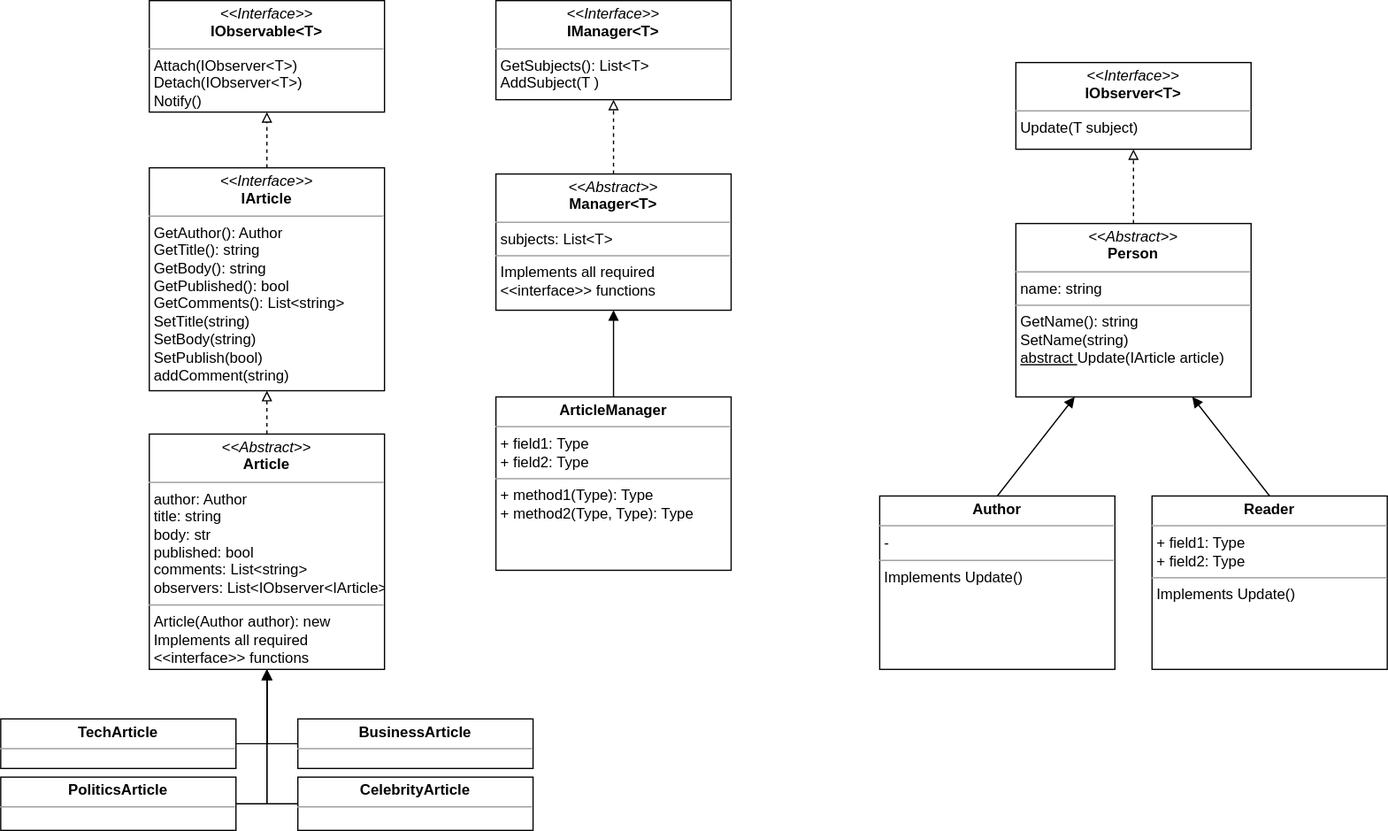
Earlier version of the draw.io export SharpNewsUML.drawio.svg (gKits/SharpNews). Source tidied: cells renumbered, new cells last; positions are measured from the earlier drawing's top-left corner, leaving out a move shared by most shapes.
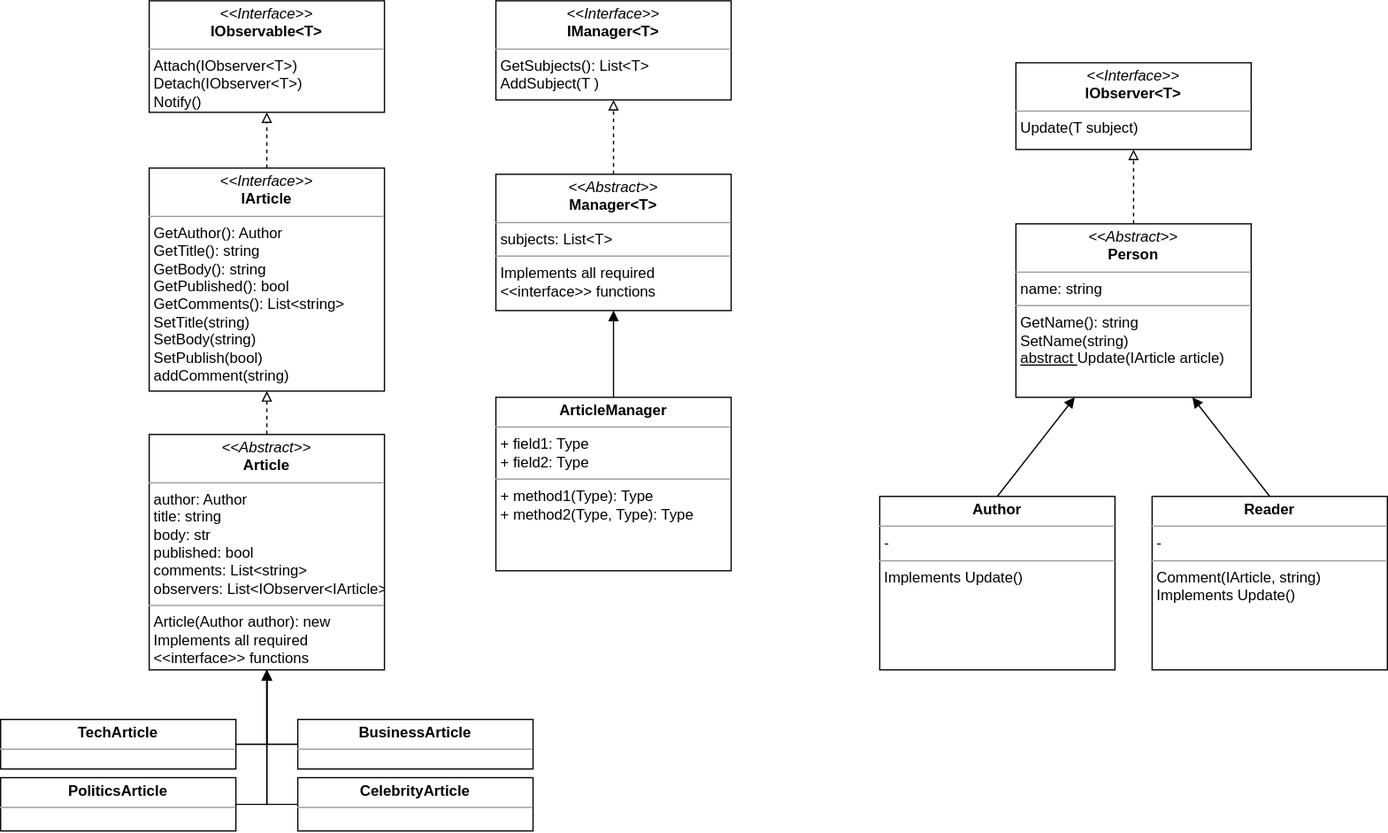
Later version of the same file.

Diff of the diagram source:
```diff
@@ -41,7 +41,7 @@
     <mxCell id="14" style="rounded=0;jettySize=auto;html=1;exitX=0.5;exitY=0;exitDx=0;exitDy=0;entryX=0.75;entryY=1;entryDx=0;entryDy=0;endArrow=block;endFill=1;" parent="1" edge="1" source="15" target="11">
       <mxGeometry relative="1" as="geometry" />
     </mxCell>
-    <mxCell id="15" value="&lt;p style=&quot;margin: 0px ; margin-top: 4px ; text-align: center&quot;&gt;&lt;b&gt;Reader&lt;/b&gt;&lt;/p&gt;&lt;hr size=&quot;1&quot;&gt;&lt;p style=&quot;margin: 0px ; margin-left: 4px&quot;&gt;+ field1: Type&lt;br&gt;+ field2: Type&lt;/p&gt;&lt;hr size=&quot;1&quot;&gt;&lt;p style=&quot;margin: 0px ; margin-left: 4px&quot;&gt;Implements Update()&lt;/p&gt;" style="verticalAlign=top;align=left;overflow=fill;fontSize=12;fontFamily=Helvetica;html=1;" parent="1" vertex="1">
+    <mxCell id="15" value="&lt;p style=&quot;margin: 0px ; margin-top: 4px ; text-align: center&quot;&gt;&lt;b&gt;Reader&lt;/b&gt;&lt;/p&gt;&lt;hr size=&quot;1&quot;&gt;&lt;p style=&quot;margin: 0px ; margin-left: 4px&quot;&gt;-&lt;/p&gt;&lt;hr size=&quot;1&quot;&gt;&lt;p style=&quot;margin: 0px ; margin-left: 4px&quot;&gt;Comment(IArticle, string)&lt;/p&gt;&lt;p style=&quot;margin: 0px ; margin-left: 4px&quot;&gt;Implements Update()&lt;/p&gt;" style="verticalAlign=top;align=left;overflow=fill;fontSize=12;fontFamily=Helvetica;html=1;" parent="1" vertex="1">
       <mxGeometry x="930" y="400" width="190" height="140" as="geometry" />
     </mxCell>
     <mxCell id="16" value="&lt;p style=&quot;margin:0px;margin-top:4px;text-align:center;&quot;&gt;&lt;i&gt;&amp;lt;&amp;lt;Interface&amp;gt;&amp;gt;&lt;/i&gt;&lt;br&gt;&lt;b&gt;IObservable&amp;lt;T&amp;gt;&lt;/b&gt;&lt;/p&gt;&lt;hr size=&quot;1&quot;&gt;&lt;p style=&quot;margin:0px;margin-left:4px;&quot;&gt;Attach(IObserver&amp;lt;T&amp;gt;)&lt;/p&gt;&lt;p style=&quot;margin:0px;margin-left:4px;&quot;&gt;Detach(IObserver&amp;lt;T&amp;gt;)&lt;br&gt;&lt;/p&gt;&lt;p style=&quot;margin:0px;margin-left:4px;&quot;&gt;Notify()&lt;/p&gt;" style="verticalAlign=top;align=left;overflow=fill;fontSize=12;fontFamily=Helvetica;html=1;" parent="1" vertex="1">
```
